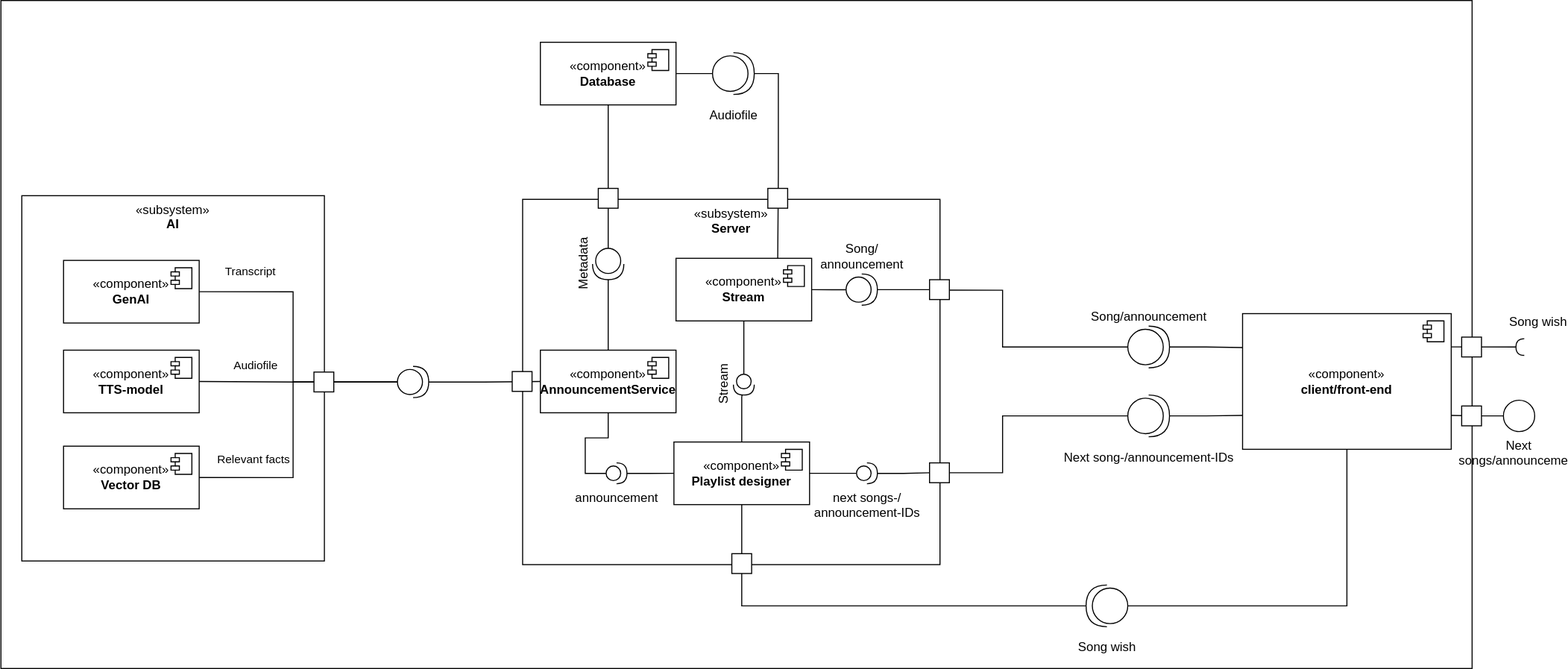
Before: documentation/UML diagrams/components.svg, a diagram exported from draw.io (AET-DevOps25/team-in-the-midst-of-chaos-there-is-also-opportunity.-sun-tzu). Source tidied: cells renumbered, new cells last; positions are measured from the earlier drawing's top-left corner, leaving out a move shared by most shapes.
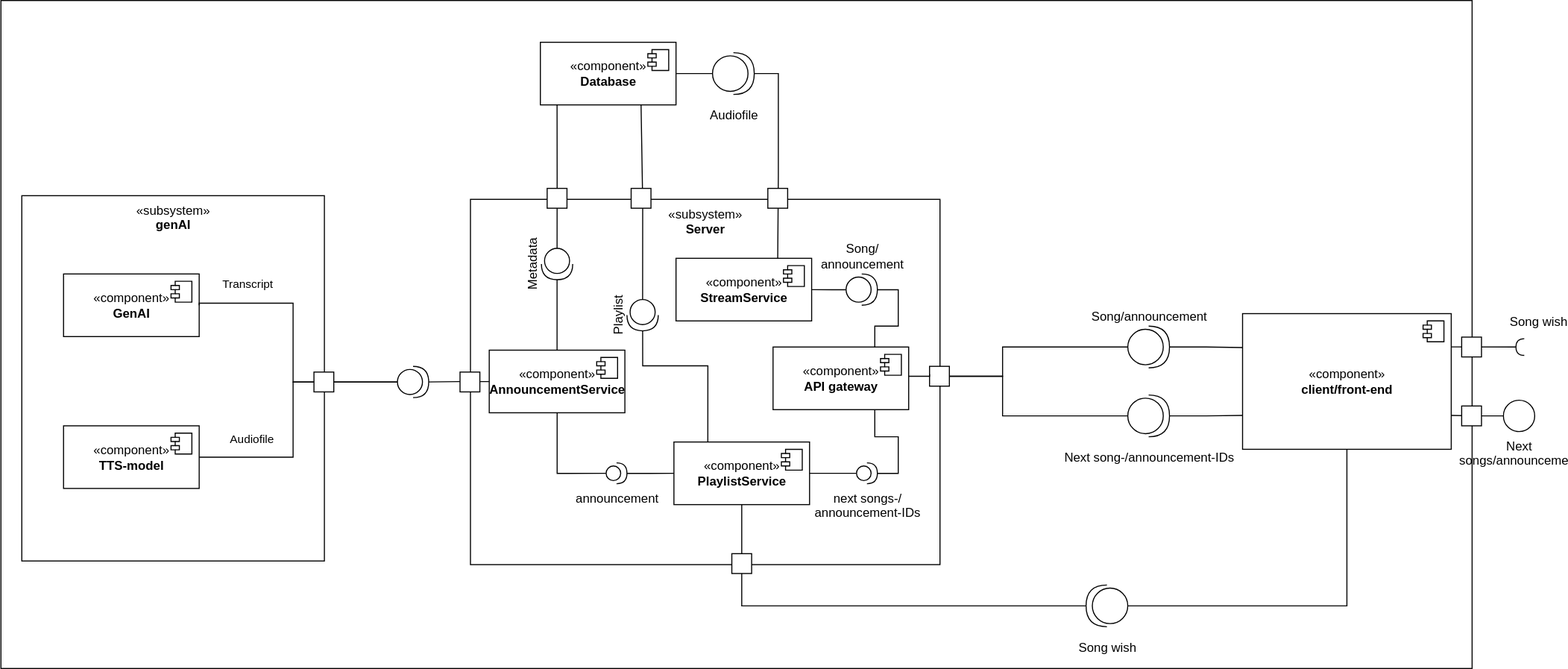
Later version of the same file.

Change to the diagram source:
```diff
@@ -6,9 +6,9 @@
       <mxGeometry width="1410" height="640" as="geometry" />
     </mxCell>
     <mxCell id="3" value="«subsystem»&lt;br&gt;&lt;div&gt;&lt;b&gt;Server&lt;/b&gt;&lt;/div&gt;" style="rounded=0;whiteSpace=wrap;html=1;verticalAlign=top;labelPosition=center;verticalLabelPosition=middle;align=center;" parent="1" vertex="1">
-      <mxGeometry x="500" y="190.5" width="400" height="350" as="geometry" />
+      <mxGeometry x="450" y="190.5" width="450" height="350" as="geometry" />
     </mxCell>
-    <mxCell id="4" value="«subsystem»&lt;br&gt;&lt;div&gt;&lt;b&gt;AI&lt;/b&gt;&lt;/div&gt;" style="rounded=0;whiteSpace=wrap;html=1;verticalAlign=top;" parent="1" vertex="1">
+    <mxCell id="4" value="«subsystem»&lt;br&gt;&lt;div&gt;&lt;b&gt;genAI&lt;/b&gt;&lt;/div&gt;" style="rounded=0;whiteSpace=wrap;html=1;verticalAlign=top;" parent="1" vertex="1">
       <mxGeometry x="20" y="187" width="290" height="350" as="geometry" />
     </mxCell>
     <mxCell id="5" value="«component»&lt;br&gt;&lt;b&gt;client/front-end&lt;/b&gt;" style="html=1;whiteSpace=wrap;" parent="1" vertex="1">
@@ -22,12 +22,11 @@
     <mxCell id="7" style="edgeStyle=orthogonalEdgeStyle;rounded=0;jettySize=auto;html=1;entryX=0;entryY=0.25;entryDx=0;entryDy=0;endArrow=none;startFill=0;" parent="1" edge="1" source="9" target="5">
       <mxGeometry relative="1" as="geometry" />
     </mxCell>
-    <mxCell id="8" style="edgeStyle=orthogonalEdgeStyle;rounded=0;jettySize=auto;html=1;entryX=1;entryY=0.25;entryDx=0;entryDy=0;endArrow=none;startFill=0;" parent="1" edge="1" source="9">
+    <mxCell id="8" style="edgeStyle=orthogonalEdgeStyle;rounded=0;jettySize=auto;html=1;entryX=1;entryY=0.5;entryDx=0;entryDy=0;endArrow=none;startFill=0;" parent="1" edge="1" source="9" target="52">
       <mxGeometry relative="1" as="geometry">
-        <mxPoint x="900" y="277.5" as="targetPoint" />
         <Array as="points">
           <mxPoint x="960" y="332" />
-          <mxPoint x="960" y="278" />
+          <mxPoint x="960" y="360" />
         </Array>
       </mxGeometry>
     </mxCell>
@@ -37,12 +36,11 @@
     <mxCell id="10" style="edgeStyle=orthogonalEdgeStyle;rounded=0;jettySize=auto;html=1;entryX=0;entryY=0.75;entryDx=0;entryDy=0;endArrow=none;startFill=0;" parent="1" edge="1" source="12" target="5">
       <mxGeometry relative="1" as="geometry" />
     </mxCell>
-    <mxCell id="11" style="edgeStyle=orthogonalEdgeStyle;rounded=0;jettySize=auto;html=1;entryX=1;entryY=0.75;entryDx=0;entryDy=0;endArrow=none;startFill=0;" parent="1" edge="1" source="12">
+    <mxCell id="11" style="edgeStyle=orthogonalEdgeStyle;rounded=0;jettySize=auto;html=1;entryX=1;entryY=0.5;entryDx=0;entryDy=0;endArrow=none;startFill=0;" parent="1" edge="1" source="12" target="52">
       <mxGeometry relative="1" as="geometry">
-        <mxPoint x="900" y="452.5" as="targetPoint" />
         <Array as="points">
           <mxPoint x="960" y="398" />
-          <mxPoint x="960" y="453" />
+          <mxPoint x="960" y="360" />
         </Array>
       </mxGeometry>
     </mxCell>
@@ -50,14 +48,14 @@
       <mxGeometry x="1080" y="378" width="40" height="40" as="geometry" />
     </mxCell>
     <mxCell id="13" value="«component»&lt;br&gt;&lt;b&gt;AnnouncementService&lt;/b&gt;" style="html=1;whiteSpace=wrap;" parent="1" vertex="1">
-      <mxGeometry x="517" y="335" width="130" height="60" as="geometry" />
+      <mxGeometry x="468" y="335" width="130" height="60" as="geometry" />
     </mxCell>
     <mxCell id="14" style="shape=module;jettyWidth=8;jettyHeight=4;" parent="13" vertex="1">
       <mxGeometry x="1" width="20" height="20" relative="1" as="geometry">
         <mxPoint x="-27" y="7" as="offset" />
       </mxGeometry>
     </mxCell>
-    <mxCell id="15" value="«component»&lt;br&gt;&lt;b&gt;Stream&lt;/b&gt;" style="html=1;whiteSpace=wrap;" parent="1" vertex="1">
+    <mxCell id="15" value="«component»&lt;br&gt;&lt;b&gt;StreamService&lt;/b&gt;" style="html=1;whiteSpace=wrap;" parent="1" vertex="1">
       <mxGeometry x="647" y="247" width="130" height="60" as="geometry" />
     </mxCell>
     <mxCell id="16" style="shape=module;jettyWidth=8;jettyHeight=4;" parent="15" vertex="1">
@@ -65,7 +63,7 @@
         <mxPoint x="-27" y="7" as="offset" />
       </mxGeometry>
     </mxCell>
-    <mxCell id="17" value="«component»&lt;br&gt;&lt;b&gt;Playlist designer&lt;/b&gt;" style="html=1;whiteSpace=wrap;" parent="1" vertex="1">
+    <mxCell id="17" value="«component»&lt;br&gt;&lt;b&gt;PlaylistService&lt;/b&gt;" style="html=1;whiteSpace=wrap;" parent="1" vertex="1">
       <mxGeometry x="645" y="423" width="130" height="60" as="geometry" />
     </mxCell>
     <mxCell id="18" style="shape=module;jettyWidth=8;jettyHeight=4;" parent="17" vertex="1">
@@ -73,20 +71,6 @@
         <mxPoint x="-27" y="7" as="offset" />
       </mxGeometry>
     </mxCell>
-    <mxCell id="19" style="edgeStyle=orthogonalEdgeStyle;rounded=0;jettySize=auto;html=1;entryX=0.5;entryY=1;entryDx=0;entryDy=0;endArrow=none;startFill=0;" parent="1" edge="1" source="21" target="15">
-      <mxGeometry relative="1" as="geometry" />
-    </mxCell>
-    <mxCell id="20" style="rounded=0;jettySize=auto;html=1;entryX=0.5;entryY=0;entryDx=0;entryDy=0;endArrow=none;startFill=0;" parent="1" edge="1" source="21" target="17">
-      <mxGeometry relative="1" as="geometry">
-        <Array as="points">
-          <mxPoint x="710" y="380" />
-          <mxPoint x="710" y="393" />
-        </Array>
-      </mxGeometry>
-    </mxCell>
-    <mxCell id="21" value="Stream" style="shape=providedRequiredInterface;html=1;verticalLabelPosition=top;sketch=0;flipV=0;flipH=1;labelPosition=center;align=center;verticalAlign=bottom;rotation=-90;" parent="1" vertex="1">
-      <mxGeometry x="702" y="358" width="20" height="20" as="geometry" />
-    </mxCell>
     <mxCell id="22" value="Song wish" style="rounded=0;orthogonalLoop=1;jettySize=auto;html=1;endArrow=halfCircle;endFill=0;endSize=6;strokeWidth=1;sketch=0;fontSize=12;curved=1;exitX=1;exitY=0.5;exitDx=0;exitDy=0;align=left;labelPosition=right;verticalLabelPosition=top;verticalAlign=bottom;" parent="1" edge="1">
       <mxGeometry x="0.56" y="15" relative="1" as="geometry">
         <mxPoint x="1390" y="331.9" as="sourcePoint" />
@@ -99,8 +83,14 @@
     <mxCell id="24" style="edgeStyle=orthogonalEdgeStyle;rounded=0;jettySize=auto;html=1;entryX=1;entryY=0.5;entryDx=0;entryDy=0;endArrow=none;startFill=0;" parent="1" edge="1" source="26" target="17">
       <mxGeometry relative="1" as="geometry" />
     </mxCell>
-    <mxCell id="25" style="edgeStyle=orthogonalEdgeStyle;rounded=0;jettySize=auto;html=1;entryX=0;entryY=0.5;entryDx=0;entryDy=0;endArrow=none;startFill=0;" parent="1" edge="1" source="26" target="53">
-      <mxGeometry relative="1" as="geometry" />
+    <mxCell id="25" style="edgeStyle=orthogonalEdgeStyle;rounded=0;jettySize=auto;html=1;entryX=0.75;entryY=1;entryDx=0;entryDy=0;endArrow=none;startFill=0;" parent="1" edge="1" source="26" target="74">
+      <mxGeometry relative="1" as="geometry">
+        <Array as="points">
+          <mxPoint x="860" y="453" />
+          <mxPoint x="860" y="418" />
+          <mxPoint x="838" y="418" />
+        </Array>
+      </mxGeometry>
     </mxCell>
     <mxCell id="26" value="&lt;div&gt;next songs-/&lt;/div&gt;&lt;div&gt;announcement-IDs&lt;/div&gt;" style="shape=providedRequiredInterface;html=1;verticalLabelPosition=bottom;sketch=0;verticalAlign=top;" parent="1" vertex="1">
       <mxGeometry x="820" y="443" width="20" height="20" as="geometry" />
@@ -113,12 +103,18 @@
         <mxPoint x="-27" y="7" as="offset" />
       </mxGeometry>
     </mxCell>
-    <mxCell id="29" style="edgeStyle=orthogonalEdgeStyle;rounded=0;jettySize=auto;html=1;entryX=0;entryY=0.5;entryDx=0;entryDy=0;endArrow=none;startFill=0;" parent="1" edge="1" source="31" target="52">
-      <mxGeometry relative="1" as="geometry" />
-    </mxCell>
     <mxCell id="30" style="edgeStyle=orthogonalEdgeStyle;rounded=0;jettySize=auto;html=1;entryX=1;entryY=0.5;entryDx=0;entryDy=0;endArrow=none;startFill=0;" parent="1" edge="1" source="31" target="15">
       <mxGeometry relative="1" as="geometry" />
     </mxCell>
+    <mxCell id="66" style="edgeStyle=orthogonalEdgeStyle;rounded=0;jettySize=auto;html=1;entryX=0.75;entryY=0;entryDx=0;entryDy=0;endArrow=none;endFill=0;" parent="1" edge="1" source="31" target="74">
+      <mxGeometry relative="1" as="geometry">
+        <Array as="points">
+          <mxPoint x="860" y="277" />
+          <mxPoint x="860" y="312" />
+          <mxPoint x="838" y="312" />
+        </Array>
+      </mxGeometry>
+    </mxCell>
     <mxCell id="31" value="&lt;div&gt;Song/&lt;/div&gt;&lt;div&gt;announcement&lt;/div&gt;" style="shape=providedRequiredInterface;html=1;verticalLabelPosition=top;sketch=0;flipV=1;flipH=0;labelPosition=center;align=center;verticalAlign=bottom;" parent="1" vertex="1">
       <mxGeometry x="810" y="262" width="30" height="30" as="geometry" />
     </mxCell>
@@ -140,15 +136,6 @@
     <mxCell id="35" style="whiteSpace=wrap;html=1;" parent="1" vertex="1">
       <mxGeometry x="735" y="180" width="19" height="19" as="geometry" />
     </mxCell>
-    <mxCell id="36" style="edgeStyle=orthogonalEdgeStyle;rounded=0;jettySize=auto;html=1;entryX=0.5;entryY=1;entryDx=0;entryDy=0;endArrow=none;startFill=0;" parent="1" edge="1" source="38" target="13">
-      <mxGeometry relative="1" as="geometry">
-        <Array as="points">
-          <mxPoint x="560" y="453" />
-          <mxPoint x="560" y="419" />
-          <mxPoint x="582" y="419" />
-        </Array>
-      </mxGeometry>
-    </mxCell>
     <mxCell id="37" style="edgeStyle=orthogonalEdgeStyle;rounded=0;jettySize=auto;html=1;entryX=0;entryY=0.5;entryDx=0;entryDy=0;endArrow=none;startFill=0;" parent="1" edge="1" source="38">
       <mxGeometry relative="1" as="geometry">
         <mxPoint x="645" y="453" as="targetPoint" />
@@ -158,77 +145,60 @@
       <mxGeometry x="580" y="443" width="20" height="20" as="geometry" />
     </mxCell>
     <mxCell id="39" value="«component»&lt;br&gt;&lt;b&gt;GenAI&lt;/b&gt;" style="html=1;whiteSpace=wrap;" parent="1" vertex="1">
-      <mxGeometry x="60" y="249" width="130" height="60" as="geometry" />
+      <mxGeometry x="60" y="262" width="130" height="60" as="geometry" />
     </mxCell>
     <mxCell id="40" style="shape=module;jettyWidth=8;jettyHeight=4;" parent="39" vertex="1">
       <mxGeometry x="1" width="20" height="20" relative="1" as="geometry">
         <mxPoint x="-27" y="7" as="offset" />
       </mxGeometry>
     </mxCell>
-    <mxCell id="41" value="«component»&lt;br&gt;&lt;b&gt;Vector DB&lt;/b&gt;" style="html=1;whiteSpace=wrap;" parent="1" vertex="1">
-      <mxGeometry x="60" y="427" width="130" height="60" as="geometry" />
-    </mxCell>
-    <mxCell id="42" style="shape=module;jettyWidth=8;jettyHeight=4;" parent="41" vertex="1">
-      <mxGeometry x="1" width="20" height="20" relative="1" as="geometry">
-        <mxPoint x="-27" y="7" as="offset" />
-      </mxGeometry>
-    </mxCell>
     <mxCell id="43" value="«component»&lt;br&gt;&lt;b&gt;TTS-model&lt;/b&gt;" style="html=1;whiteSpace=wrap;" parent="1" vertex="1">
-      <mxGeometry x="60" y="335" width="130" height="60" as="geometry" />
+      <mxGeometry x="60" y="407.5" width="130" height="60" as="geometry" />
     </mxCell>
     <mxCell id="44" style="shape=module;jettyWidth=8;jettyHeight=4;" parent="43" vertex="1">
       <mxGeometry x="1" width="20" height="20" relative="1" as="geometry">
         <mxPoint x="-27" y="7" as="offset" />
       </mxGeometry>
     </mxCell>
-    <mxCell id="45" style="edgeStyle=orthogonalEdgeStyle;rounded=0;jettySize=auto;html=1;entryX=0;entryY=0.5;entryDx=0;entryDy=0;endArrow=none;startFill=0;" parent="1" edge="1" source="49" target="13">
-      <mxGeometry relative="1" as="geometry" />
-    </mxCell>
     <mxCell id="46" value="Audiofile" style="edgeStyle=orthogonalEdgeStyle;rounded=0;jettySize=auto;html=1;entryX=1;entryY=0.5;entryDx=0;entryDy=0;endArrow=none;startFill=0;" parent="1" edge="1" source="49" target="43">
-      <mxGeometry x="0.44" y="-15" relative="1" as="geometry" />
+      <mxGeometry x="0.62" y="-18" relative="1" as="geometry">
+        <Array as="points">
+          <mxPoint x="280" y="366" />
+          <mxPoint x="280" y="438" />
+        </Array>
+      </mxGeometry>
     </mxCell>
     <mxCell id="47" value="Transcript" style="edgeStyle=orthogonalEdgeStyle;rounded=0;jettySize=auto;html=1;entryX=1;entryY=0.5;entryDx=0;entryDy=0;endArrow=none;startFill=0;" parent="1" edge="1" source="49" target="39">
       <mxGeometry x="0.65" y="-19" relative="1" as="geometry">
         <Array as="points">
-          <mxPoint x="280" y="365" />
-          <mxPoint x="280" y="279" />
+          <mxPoint x="280" y="366" />
+          <mxPoint x="280" y="290" />
+          <mxPoint x="190" y="290" />
         </Array>
       </mxGeometry>
     </mxCell>
-    <mxCell id="48" value="Relevant facts" style="edgeStyle=orthogonalEdgeStyle;rounded=0;jettySize=auto;html=1;entryX=1;entryY=0.5;entryDx=0;entryDy=0;endArrow=none;startFill=0;" parent="1" edge="1" source="49" target="41">
-      <mxGeometry x="0.63" y="-17" relative="1" as="geometry">
-        <Array as="points">
-          <mxPoint x="280" y="365" />
-          <mxPoint x="280" y="457" />
-        </Array>
-      </mxGeometry>
-    </mxCell>
     <mxCell id="49" style="shape=providedRequiredInterface;html=1;verticalLabelPosition=bottom;sketch=0;" parent="1" vertex="1">
       <mxGeometry x="380" y="350.5" width="30" height="30" as="geometry" />
     </mxCell>
     <mxCell id="50" style="whiteSpace=wrap;html=1;" parent="1" vertex="1">
       <mxGeometry x="300" y="356" width="19" height="19" as="geometry" />
     </mxCell>
-    <mxCell id="51" style="whiteSpace=wrap;html=1;" parent="1" vertex="1">
-      <mxGeometry x="490" y="355.5" width="19" height="19" as="geometry" />
-    </mxCell>
     <mxCell id="52" style="whiteSpace=wrap;html=1;" parent="1" vertex="1">
-      <mxGeometry x="890" y="267.5" width="19" height="19" as="geometry" />
+      <mxGeometry x="890" y="350.5" width="19" height="19" as="geometry" />
     </mxCell>
-    <mxCell id="53" style="whiteSpace=wrap;html=1;" parent="1" vertex="1">
-      <mxGeometry x="890" y="443" width="19" height="19" as="geometry" />
-    </mxCell>
-    <mxCell id="54" style="edgeStyle=orthogonalEdgeStyle;rounded=0;jettySize=auto;html=1;entryX=0.5;entryY=1;entryDx=0;entryDy=0;endArrow=none;startFill=0;" parent="1" edge="1" source="56" target="27">
-      <mxGeometry relative="1" as="geometry" />
+    <mxCell id="54" style="edgeStyle=orthogonalEdgeStyle;rounded=0;jettySize=auto;html=1;entryX=0.5;entryY=1;entryDx=0;entryDy=0;endArrow=none;startFill=0;" parent="1" edge="1" source="56">
+      <mxGeometry relative="1" as="geometry">
+        <mxPoint x="533" y="100" as="targetPoint" />
+      </mxGeometry>
     </mxCell>
     <mxCell id="55" style="edgeStyle=orthogonalEdgeStyle;rounded=0;jettySize=auto;html=1;entryX=0.5;entryY=0;entryDx=0;entryDy=0;endArrow=none;startFill=0;" parent="1" edge="1" source="56" target="13">
       <mxGeometry relative="1" as="geometry" />
     </mxCell>
     <mxCell id="56" value="Metadata" style="shape=providedRequiredInterface;html=1;verticalLabelPosition=top;sketch=0;flipV=1;flipH=1;labelPosition=center;align=center;verticalAlign=bottom;rotation=-90;" parent="1" vertex="1">
-      <mxGeometry x="567" y="237.5" width="30" height="30" as="geometry" />
+      <mxGeometry x="518" y="237.5" width="30" height="30" as="geometry" />
     </mxCell>
     <mxCell id="57" style="whiteSpace=wrap;html=1;" parent="1" vertex="1">
-      <mxGeometry x="572.5" y="180" width="19" height="19" as="geometry" />
+      <mxGeometry x="523.5" y="180" width="19" height="19" as="geometry" />
     </mxCell>
     <mxCell id="58" style="edgeStyle=orthogonalEdgeStyle;rounded=0;jettySize=auto;html=1;entryX=1;entryY=0.75;entryDx=0;entryDy=0;endArrow=none;startFill=0;" parent="1" edge="1" source="59" target="5">
       <mxGeometry relative="1" as="geometry" />
@@ -254,5 +224,47 @@
     <mxCell id="65" style="whiteSpace=wrap;html=1;" parent="1" vertex="1">
       <mxGeometry x="700.5" y="530" width="19" height="19" as="geometry" />
     </mxCell>
+    <mxCell id="67" style="edgeStyle=orthogonalEdgeStyle;rounded=0;jettySize=auto;html=1;entryX=1;entryY=0.5;entryDx=0;entryDy=0;entryPerimeter=0;endArrow=none;endFill=0;" parent="1" edge="1" source="13" target="49">
+      <mxGeometry relative="1" as="geometry" />
+    </mxCell>
+    <mxCell id="51" style="whiteSpace=wrap;html=1;" parent="1" vertex="1">
+      <mxGeometry x="440" y="356" width="19" height="19" as="geometry" />
+    </mxCell>
+    <mxCell id="68" style="edgeStyle=orthogonalEdgeStyle;rounded=0;jettySize=auto;html=1;entryX=0;entryY=0.5;entryDx=0;entryDy=0;entryPerimeter=0;endArrow=none;endFill=0;" parent="1" edge="1" source="13" target="38">
+      <mxGeometry relative="1" as="geometry" />
+    </mxCell>
+    <mxCell id="69" style="edgeStyle=orthogonalEdgeStyle;rounded=0;jettySize=auto;html=1;entryX=0.25;entryY=0;entryDx=0;entryDy=0;endArrow=none;endFill=0;" parent="1" edge="1" source="70" target="17">
+      <mxGeometry relative="1" as="geometry">
+        <Array as="points">
+          <mxPoint x="615" y="350" />
+          <mxPoint x="678" y="350" />
+        </Array>
+      </mxGeometry>
+    </mxCell>
+    <mxCell id="70" value="Playlist" style="shape=providedRequiredInterface;html=1;verticalLabelPosition=top;sketch=0;flipV=1;flipH=1;labelPosition=center;align=center;verticalAlign=bottom;rotation=-90;" parent="1" vertex="1">
+      <mxGeometry x="600" y="286.5" width="30" height="30" as="geometry" />
+    </mxCell>
+    <mxCell id="71" style="edgeStyle=orthogonalEdgeStyle;rounded=0;jettySize=auto;html=1;entryX=0.5;entryY=1;entryDx=0;entryDy=0;endArrow=none;startFill=0;exitX=0;exitY=0.5;exitDx=0;exitDy=0;exitPerimeter=0;" parent="1" edge="1" source="70">
+      <mxGeometry relative="1" as="geometry">
+        <mxPoint x="613.5" y="100" as="targetPoint" />
+      </mxGeometry>
+    </mxCell>
+    <mxCell id="72" style="whiteSpace=wrap;html=1;" parent="1" vertex="1">
+      <mxGeometry x="604" y="180" width="19" height="19" as="geometry" />
+    </mxCell>
+    <mxCell id="73" style="edgeStyle=orthogonalEdgeStyle;rounded=0;orthogonalLoop=1;jettySize=auto;html=1;entryX=0;entryY=0.5;entryDx=0;entryDy=0;endArrow=none;endFill=0;" parent="1" edge="1">
+      <mxGeometry relative="1" as="geometry">
+        <mxPoint x="870" y="360" as="sourcePoint" />
+        <mxPoint x="890" y="358" as="targetPoint" />
+      </mxGeometry>
+    </mxCell>
+    <mxCell id="74" value="«component»&lt;br&gt;&lt;b&gt;API gateway&lt;/b&gt;" style="html=1;whiteSpace=wrap;" parent="1" vertex="1">
+      <mxGeometry x="740" y="332" width="130" height="60" as="geometry" />
+    </mxCell>
+    <mxCell id="75" style="shape=module;jettyWidth=8;jettyHeight=4;" parent="74" vertex="1">
+      <mxGeometry x="1" width="20" height="20" relative="1" as="geometry">
+        <mxPoint x="-27" y="7" as="offset" />
+      </mxGeometry>
+    </mxCell>
   </root>
 </mxGraphModel>
```
